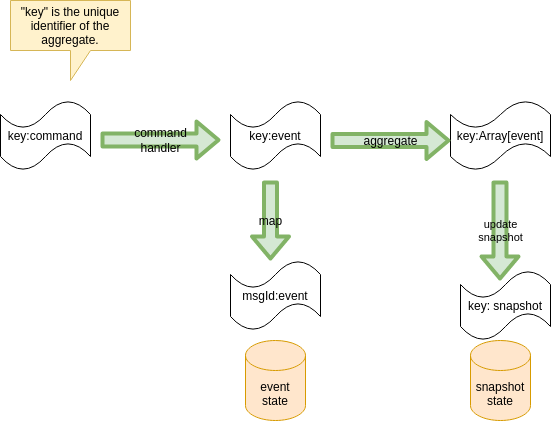
This is docs/event-sourcing-topology.drawio.png from davideicardi/es4kafka, a draw.io export, as it was before one commit. Source tidied: cells renumbered, new cells last; positions are measured from the earlier drawing's top-left corner, leaving out a move shared by most shapes. The source it was exported from:
```xml
<mxGraphModel background="#ffffff">
  <root>
    <mxCell id="0" />
    <mxCell id="1" parent="0" />
    <mxCell id="2" value="key:command" style="shape=tape;whiteSpace=wrap;html=1;" parent="1" vertex="1">
      <mxGeometry y="100" width="90" height="70" as="geometry" />
    </mxCell>
    <mxCell id="3" value="&quot;key&quot; is the unique identifier of the aggregate." style="shape=callout;whiteSpace=wrap;html=1;perimeter=calloutPerimeter;fillColor=#fff2cc;strokeColor=#d6b656;" parent="1" vertex="1">
      <mxGeometry x="10" width="120" height="80" as="geometry" />
    </mxCell>
    <mxCell id="4" value="key:event" style="shape=tape;whiteSpace=wrap;html=1;" parent="1" vertex="1">
      <mxGeometry x="230" y="100" width="90" height="70" as="geometry" />
    </mxCell>
    <mxCell id="5" value="key:Array[event]" style="shape=tape;whiteSpace=wrap;html=1;" parent="1" vertex="1">
      <mxGeometry x="450" y="100" width="100" height="70" as="geometry" />
    </mxCell>
    <mxCell id="6" value="&lt;span style=&quot;font-size: 12px;&quot;&gt;command&lt;/span&gt;&lt;br style=&quot;font-size: 12px;&quot;&gt;&lt;span style=&quot;font-size: 12px;&quot;&gt;handler&lt;/span&gt;" style="shape=flexArrow;endArrow=classic;html=1;strokeColor=#82b366;strokeWidth=4;fillColor=#d5e8d4;labelPosition=center;verticalLabelPosition=middle;align=center;verticalAlign=middle;labelBackgroundColor=none;" parent="1" edge="1">
      <mxGeometry relative="1" as="geometry">
        <mxPoint x="100" y="139.5" as="sourcePoint" />
        <mxPoint x="220" y="139.5" as="targetPoint" />
      </mxGeometry>
    </mxCell>
    <mxCell id="7" value="&lt;span style=&quot;font-size: 12px&quot;&gt;aggregate&lt;/span&gt;" style="shape=flexArrow;endArrow=classic;html=1;strokeColor=#82b366;strokeWidth=4;fillColor=#d5e8d4;labelPosition=center;verticalLabelPosition=middle;align=center;verticalAlign=middle;labelBackgroundColor=none;" parent="1" edge="1">
      <mxGeometry relative="1" as="geometry">
        <mxPoint x="330" y="140" as="sourcePoint" />
        <mxPoint x="450" y="140" as="targetPoint" />
      </mxGeometry>
    </mxCell>
    <mxCell id="8" value="snapshot state" style="shape=cylinder3;whiteSpace=wrap;html=1;boundedLbl=1;backgroundOutline=1;size=15;fillColor=#ffe6cc;strokeColor=#d79b00;" parent="1" vertex="1">
      <mxGeometry x="470" y="340" width="60" height="80" as="geometry" />
    </mxCell>
    <mxCell id="9" value="update&lt;br&gt;snapshot" style="shape=flexArrow;endArrow=classic;html=1;strokeColor=#82b366;strokeWidth=4;fillColor=#d5e8d4;labelPosition=center;verticalLabelPosition=middle;align=center;verticalAlign=middle;labelBackgroundColor=none;" parent="1" edge="1">
      <mxGeometry relative="1" as="geometry">
        <mxPoint x="499.5" y="180" as="sourcePoint" />
        <mxPoint x="499.5" y="280" as="targetPoint" />
      </mxGeometry>
    </mxCell>
    <mxCell id="10" value="&lt;span style=&quot;font-size: 12px&quot;&gt;map&lt;/span&gt;" style="shape=flexArrow;endArrow=classic;html=1;strokeColor=#82b366;strokeWidth=4;fillColor=#d5e8d4;labelPosition=center;verticalLabelPosition=middle;align=center;verticalAlign=middle;labelBackgroundColor=none;" parent="1" edge="1">
      <mxGeometry relative="1" as="geometry">
        <mxPoint x="270" y="180" as="sourcePoint" />
        <mxPoint x="270" y="260" as="targetPoint" />
      </mxGeometry>
    </mxCell>
    <mxCell id="11" value="msgId:event" style="shape=tape;whiteSpace=wrap;html=1;" parent="1" vertex="1">
      <mxGeometry x="230" y="260" width="90" height="70" as="geometry" />
    </mxCell>
    <mxCell id="12" value="event&lt;br&gt;state" style="shape=cylinder3;whiteSpace=wrap;html=1;boundedLbl=1;backgroundOutline=1;size=15;fillColor=#ffe6cc;strokeColor=#d79b00;" parent="1" vertex="1">
      <mxGeometry x="245" y="340" width="60" height="80" as="geometry" />
    </mxCell>
    <mxCell id="13" value="key: snapshot" style="shape=tape;whiteSpace=wrap;html=1;" parent="1" vertex="1">
      <mxGeometry x="460" y="270" width="90" height="70" as="geometry" />
    </mxCell>
  </root>
</mxGraphModel>
```
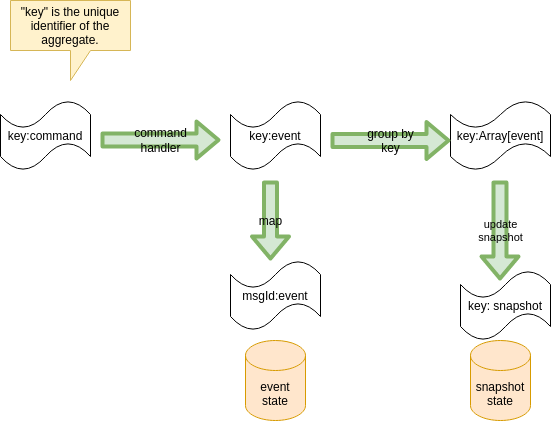
After the change.

The edit, as a diff of the source:
```diff
@@ -20,7 +20,7 @@
         <mxPoint x="220" y="139.5" as="targetPoint" />
       </mxGeometry>
     </mxCell>
-    <mxCell id="7" value="&lt;span style=&quot;font-size: 12px&quot;&gt;aggregate&lt;/span&gt;" style="shape=flexArrow;endArrow=classic;html=1;strokeColor=#82b366;strokeWidth=4;fillColor=#d5e8d4;labelPosition=center;verticalLabelPosition=middle;align=center;verticalAlign=middle;labelBackgroundColor=none;" parent="1" edge="1">
+    <mxCell id="7" value="&lt;span style=&quot;font-size: 12px&quot;&gt;group by&lt;br&gt;key&lt;br&gt;&lt;/span&gt;" style="shape=flexArrow;endArrow=classic;html=1;strokeColor=#82b366;strokeWidth=4;fillColor=#d5e8d4;labelPosition=center;verticalLabelPosition=middle;align=center;verticalAlign=middle;labelBackgroundColor=none;" parent="1" edge="1">
       <mxGeometry relative="1" as="geometry">
         <mxPoint x="330" y="140" as="sourcePoint" />
         <mxPoint x="450" y="140" as="targetPoint" />
```
